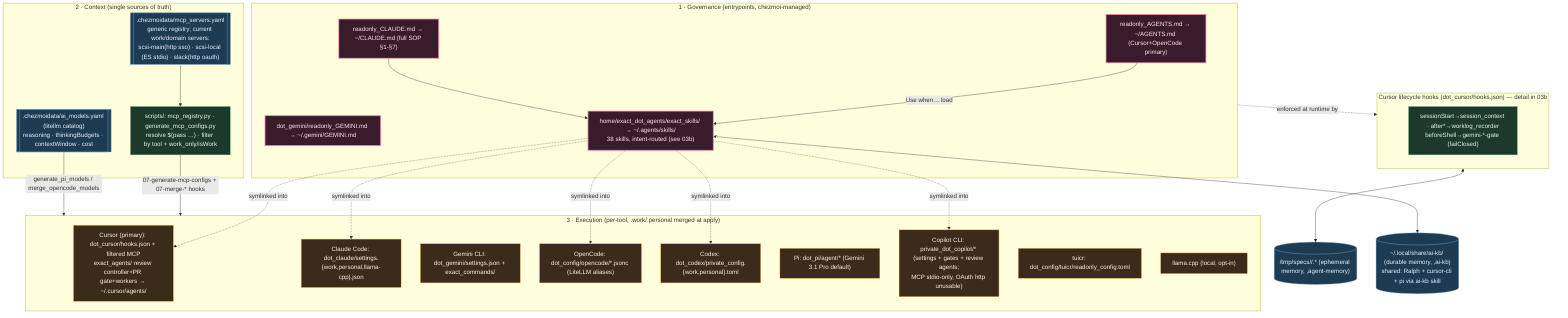
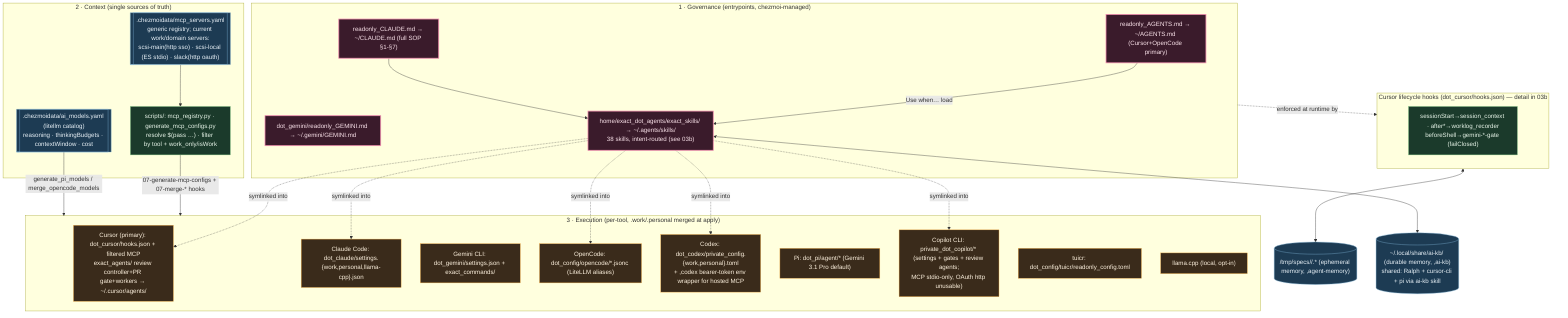
%% ============================================================================
%% 03-agentic-os.mmd — Agentic OS: governance + context + execution layers.
%% Entry SOPs + MCP/model registries + per-tool config generation.
%% Skills/hooks file-level detail → 03b. Per-tool config files → 12.
%% ============================================================================
flowchart TB
    classDef gov fill:#3a1b2b,stroke:#f48fb1,color:#fce4ec,stroke-width:2px;
    classDef ctx fill:#1b3a2b,stroke:#81c784,color:#e8f5e9;
    classDef exec fill:#3a2b1b,stroke:#ffb74d,color:#fff3e0;
    classDef data fill:#1d3b53,stroke:#7fb3d5,color:#eaf2f8;

    subgraph GOV["1 · Governance (entrypoints, chezmoi-managed)"]
        AG["readonly_AGENTS.md → ~/AGENTS.md (Cursor+OpenCode primary)"]:::gov
        CL["readonly_CLAUDE.md → ~/CLAUDE.md (full SOP §1-§7)"]:::gov
        GM["dot_gemini/readonly_GEMINI.md → ~/.gemini/GEMINI.md"]:::gov
        SK["home/exact_dot_agents/exact_skills/ → ~/.agents/skills/<br/>38 skills, intent-routed (see 03b)"]:::gov
        AG -->|Use when… load| SK
        CL --> SK
    end

    subgraph CTX["2 · Context (single sources of truth)"]
        REG[[".chezmoidata/mcp_servers.yaml<br/>generic registry; current work/domain servers:<br/>scsi-main(http sso) · scsi-local (ES stdio) · slack(http oauth)"]]:::data
        MODELS[[".chezmoidata/ai_models.yaml (litellm catalog)<br/>reasoning · thinkingBudgets · contextWindow · cost"]]:::data
        GEN["scripts/: mcp_registry.py · generate_mcp_configs.py<br/>resolve $(pass …) · filter by tool + work_only/isWork"]:::ctx
        REG --> GEN
    end

    subgraph EXECL["3 · Execution (per-tool, .work/.personal merged at apply)"]
        CURSOR["Cursor (primary): dot_cursor/hooks.json + filtered MCP<br/>exact_agents/ review controller+PR gate+workers → ~/.cursor/agents/"]:::exec
        CLAUDE["Claude Code: dot_claude/settings.{work,personal,llama-cpp}.json"]:::exec
        GEMINI["Gemini CLI: dot_gemini/settings.json + exact_commands/"]:::exec
        OPENCODE["OpenCode: dot_config/opencode/*.jsonc (LiteLLM aliases)"]:::exec
-         CODEX["Codex: dot_codex/private_config.{work,personal}.toml"]:::exec
+         CODEX["Codex: dot_codex/private_config.{work,personal}.toml<br/>+ ,codex bearer-token env wrapper for hosted MCP"]:::exec
        PI["Pi: dot_pi/agent/* (Gemini 3.1 Pro default)"]:::exec
        COPILOT["Copilot CLI: private_dot_copilot/* (settings + gates + review agents;<br/>MCP stdio-only, OAuth http unusable)"]:::exec
        TUICR["tuicr: dot_config/tuicr/readonly_config.toml"]:::exec
        LOCAL["llama.cpp (local, opt-in)"]:::exec
    end

    GEN -->|07-generate-mcp-configs + 07-merge-* hooks| EXECL
    MODELS -->|generate_pi_models / merge_opencode_models| EXECL
    SK -. symlinked into .-> CURSOR & CLAUDE & OPENCODE & CODEX & COPILOT

    subgraph HOOKS["Cursor lifecycle hooks (dot_cursor/hooks.json) — detail in 03b"]
        H["sessionStart→session_context · after*→worklog_recorder<br/>beforeShell→gemini-*-gate (failClosed)"]:::ctx
    end
    GOV -.enforced at runtime by.-> HOOKS
    MEM[("/tmp/specs/<pwd>/<topic>.* (ephemeral memory, ,agent-memory)")]:::data
    HOOKS <--> MEM
    KBDB[("~/.local/share/ai-kb/ (durable memory, ,ai-kb)<br/>shared: Ralph + cursor-cli + pi via ai-kb skill")]:::data
    SK <--> KBDB
